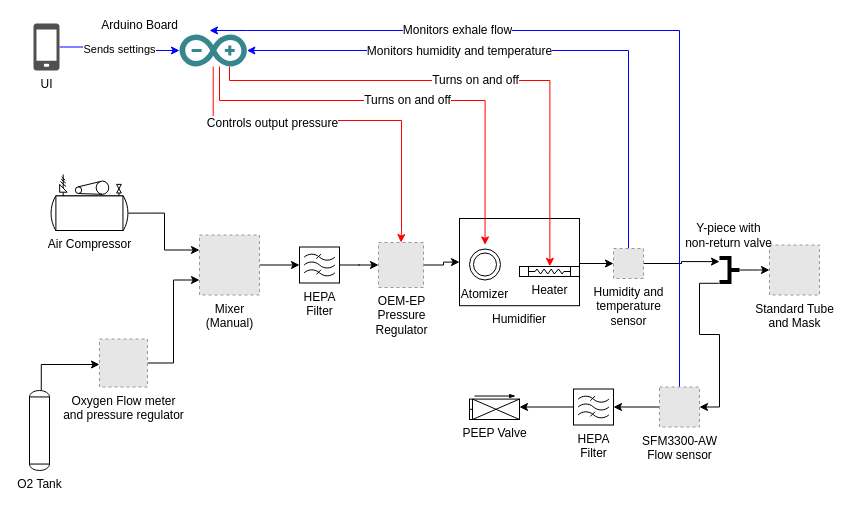
Before: mech/Untitled Diagram.drawio in cymourad/diy-ventilator, a draw.io diagram. Source tidied: cells renumbered, new cells numbered last; positions are measured from the earlier drawing's top-left corner, leaving out a move shared by most shapes. Both pictures are drawn from the tidied source at 100%, with x=0, y=0 at pixel (29, 23). Pictures stored in the file or linked from it are replaced by grey dashed boxes.
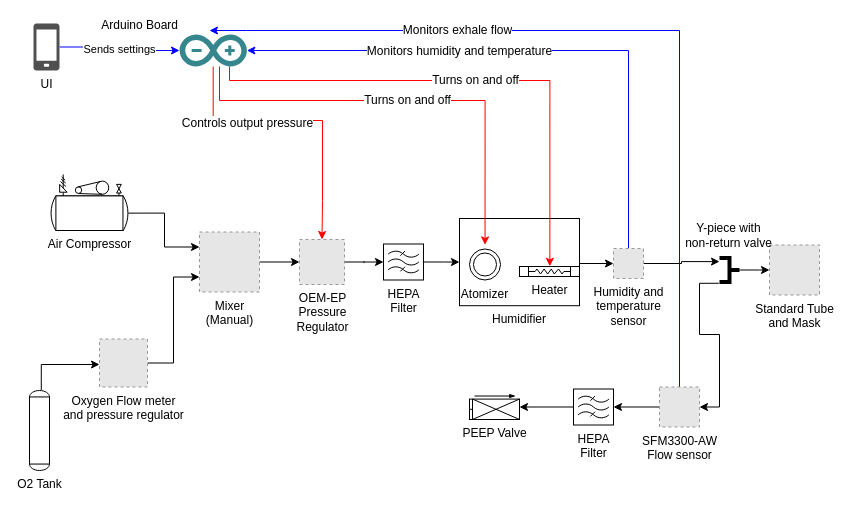
After the change.

Commit message:
updates first hepa location in .drawio

Unchanged cells that the change refers to:
```xml
<mxCell id="10" value="Humidifier" style="rounded=0;whiteSpace=wrap;html=1;labelPosition=center;verticalLabelPosition=bottom;align=center;verticalAlign=top;" parent="1" vertex="1">
  <mxGeometry x="430" y="195" width="120" height="87.2" as="geometry" />
</mxCell>
<mxCell id="15" value="Arduino Board" style="dashed=0;outlineConnect=0;html=1;align=right;labelPosition=left;verticalLabelPosition=top;verticalAlign=bottom;shape=mxgraph.weblogos.arduino;fillColor=#36868D;strokeColor=none;" parent="1" vertex="1">
  <mxGeometry x="150" y="11" width="67.4" height="32" as="geometry" />
</mxCell>
```

What changed in the source:
```diff
@@
-    <mxCell id="6" style="edgeStyle=orthogonalEdgeStyle;rounded=0;jettySize=auto;html=1;" parent="1" edge="1" source="7" target="10">
-      <mxGeometry relative="1" as="geometry" />
-    </mxCell>
+    <mxCell id="40" style="edgeStyle=orthogonalEdgeStyle;rounded=0;jettySize=auto;html=1;entryX=0;entryY=0.5;entryDx=0;entryDy=0;entryPerimeter=0;" parent="1" edge="1" source="7" target="36">
+      <mxGeometry relative="1" as="geometry" />
+    </mxCell>
     <mxCell id="7" value="OEM-EP&lt;br&gt;Pressure&lt;br&gt;Regulator" style="fillColor=#E6E6E6;strokeColor=#999999;dashed=1;html=1;verticalAlign=top;verticalLabelPosition=bottom;labelBackgroundColor=#ffffff;" parent="1" vertex="1">
-      <mxGeometry x="349" y="219" width="45" height="45" as="geometry" />
+      <mxGeometry x="270" y="216" width="45" height="45" as="geometry" />
     </mxCell>
@@
-    <mxCell id="11" style="edgeStyle=orthogonalEdgeStyle;rounded=0;jettySize=auto;html=1;entryX=0.5;entryY=0;entryDx=0;entryDy=0;strokeColor=#FF0000;" parent="1" edge="1" source="15" target="7">
+    <mxCell id="11" style="edgeStyle=orthogonalEdgeStyle;rounded=0;jettySize=auto;html=1;strokeColor=#FF0000;entryX=0.5;entryY=0;entryDx=0;entryDy=0;" parent="1" edge="1" source="15" target="7">
       <mxGeometry relative="1" as="geometry">
         <Array as="points">
           <mxPoint x="184" y="97" />
-          <mxPoint x="372" y="97" />
-          <mxPoint x="372" y="207" />
-          <mxPoint x="371" y="207" />
+          <mxPoint x="293" y="97" />
+          <mxPoint x="293" y="177" />
         </Array>
       </mxGeometry>
     </mxCell>
@@
-    <mxCell id="33" style="edgeStyle=orthogonalEdgeStyle;rounded=0;jettySize=auto;html=1;" parent="1" edge="1" source="34" target="36">
-      <mxGeometry relative="1" as="geometry" />
-    </mxCell>
+    <mxCell id="41" style="edgeStyle=orthogonalEdgeStyle;rounded=0;jettySize=auto;html=1;entryX=0;entryY=0.5;entryDx=0;entryDy=0;" parent="1" edge="1" source="34" target="7">
+      <mxGeometry relative="1" as="geometry" />
+    </mxCell>
     <mxCell id="34" value="Mixer&lt;br&gt;(Manual)" style="fillColor=#E6E6E6;strokeColor=#999999;dashed=1;html=1;verticalAlign=top;verticalLabelPosition=bottom;labelBackgroundColor=#ffffff;" parent="1" vertex="1">
-      <mxGeometry x="170" y="211.5" width="60" height="60" as="geometry" />
+      <mxGeometry x="170" y="208.5" width="60" height="60" as="geometry" />
     </mxCell>
-    <mxCell id="35" style="edgeStyle=orthogonalEdgeStyle;rounded=0;jettySize=auto;html=1;" parent="1" edge="1" source="36" target="7">
-      <mxGeometry relative="1" as="geometry" />
-    </mxCell>
+    <mxCell id="42" style="edgeStyle=orthogonalEdgeStyle;rounded=0;jettySize=auto;html=1;entryX=0;entryY=0.5;entryDx=0;entryDy=0;" parent="1" edge="1" source="36" target="10">
+      <mxGeometry relative="1" as="geometry" />
+    </mxCell>
     <mxCell id="36" value="HEPA&lt;br&gt;Filter" style="verticalLabelPosition=bottom;shadow=0;dashed=0;align=center;html=1;verticalAlign=top;shape=mxgraph.electrical.abstract.filter;" parent="1" vertex="1">
-      <mxGeometry x="270" y="223.5" width="40" height="36" as="geometry" />
+      <mxGeometry x="354" y="220.5" width="40" height="36" as="geometry" />
     </mxCell>
```
